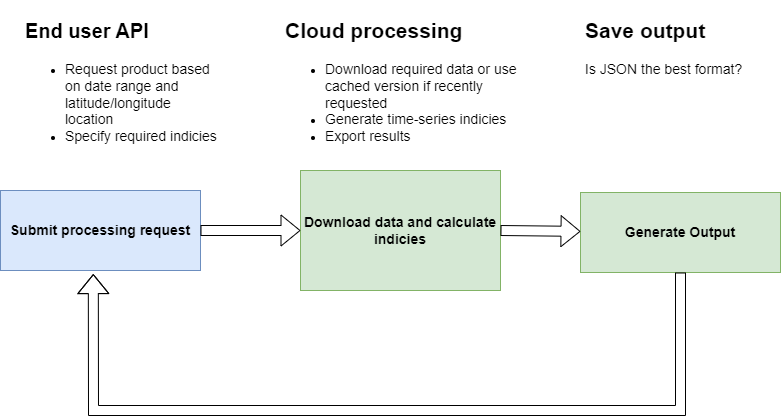
This is 2023-07_Pilot-ER/sections/images/Pixalytics-architecture.png from opengeospatial/climate-resilience-dwg, a draw.io export, as it was before one commit. Source tidied: cells renumbered, new cells last; positions are measured from the earlier drawing's top-left corner, leaving out a move shared by most shapes.
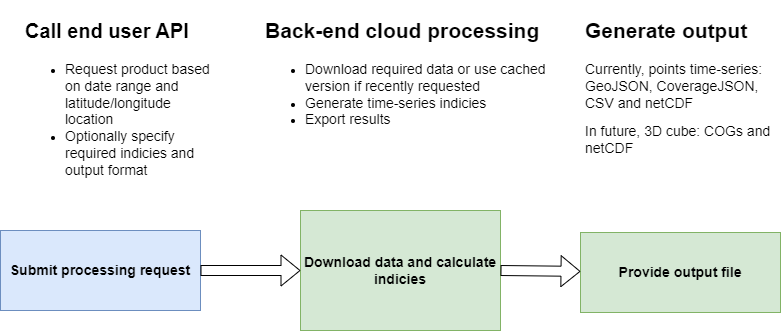
Above is the later version.

The edit, as a diff of the source:
```diff
@@ -2,19 +2,19 @@
   <root>
     <mxCell id="0" />
     <mxCell id="1" parent="0" />
-    <mxCell id="2" value="&lt;h1&gt;&lt;span style=&quot;font-size: 20px;&quot;&gt;End user API&lt;/span&gt;&lt;/h1&gt;&lt;div&gt;&lt;ul style=&quot;border-color: var(--border-color);&quot;&gt;&lt;li style=&quot;border-color: var(--border-color);&quot;&gt;&lt;font style=&quot;border-color: var(--border-color); font-size: 14px;&quot;&gt;Request product based on date range and latitude/longitude location&lt;/font&gt;&lt;/li&gt;&lt;li style=&quot;border-color: var(--border-color);&quot;&gt;&lt;span style=&quot;font-size: 14px;&quot;&gt;Specify required indicies&lt;/span&gt;&lt;/li&gt;&lt;/ul&gt;&lt;/div&gt;" style="text;html=1;strokeColor=none;fillColor=none;spacing=5;spacingTop=-20;whiteSpace=wrap;overflow=hidden;rounded=0;" parent="1" vertex="1">
-      <mxGeometry x="20" width="200" height="160" as="geometry" />
+    <mxCell id="2" value="&lt;h1&gt;&lt;span style=&quot;font-size: 20px;&quot;&gt;Call end user API&lt;/span&gt;&lt;/h1&gt;&lt;div&gt;&lt;ul style=&quot;border-color: var(--border-color);&quot;&gt;&lt;li style=&quot;border-color: var(--border-color);&quot;&gt;&lt;font style=&quot;border-color: var(--border-color); font-size: 14px;&quot;&gt;Request product based on date range and latitude/longitude location&lt;/font&gt;&lt;/li&gt;&lt;li style=&quot;border-color: var(--border-color);&quot;&gt;&lt;span style=&quot;font-size: 14px;&quot;&gt;Optionally specify required indicies and output format&lt;/span&gt;&lt;/li&gt;&lt;/ul&gt;&lt;/div&gt;" style="text;html=1;strokeColor=none;fillColor=none;spacing=5;spacingTop=-20;whiteSpace=wrap;overflow=hidden;rounded=0;" parent="1" vertex="1">
+      <mxGeometry x="20" y="-40" width="200" height="180" as="geometry" />
     </mxCell>
-    <mxCell id="3" value="&lt;h1&gt;&lt;font style=&quot;font-size: 21px&quot;&gt;Cloud processing&lt;/font&gt;&lt;br&gt;&lt;/h1&gt;&lt;p&gt;&lt;/p&gt;&lt;ul&gt;&lt;li&gt;&lt;font style=&quot;font-size: 14px;&quot;&gt;Download required data or use cached version if recently requested&lt;/font&gt;&lt;/li&gt;&lt;li&gt;&lt;font style=&quot;font-size: 14px;&quot;&gt;Generate time-series indicies&lt;/font&gt;&lt;/li&gt;&lt;li&gt;&lt;font style=&quot;font-size: 14px;&quot;&gt;Export results&lt;/font&gt;&lt;/li&gt;&lt;/ul&gt;&lt;p&gt;&lt;/p&gt;" style="text;html=1;strokeColor=none;fillColor=none;spacing=5;spacingTop=-20;whiteSpace=wrap;overflow=hidden;rounded=0;" parent="1" vertex="1">
-      <mxGeometry x="280" width="240" height="160" as="geometry" />
+    <mxCell id="3" value="&lt;h1&gt;&lt;font style=&quot;font-size: 21px&quot;&gt;Back-end cloud processing&lt;/font&gt;&lt;br&gt;&lt;/h1&gt;&lt;p&gt;&lt;/p&gt;&lt;ul&gt;&lt;li&gt;&lt;font style=&quot;font-size: 14px;&quot;&gt;Download required data or use cached version if recently requested&lt;/font&gt;&lt;/li&gt;&lt;li&gt;&lt;font style=&quot;font-size: 14px;&quot;&gt;Generate time-series indicies&lt;/font&gt;&lt;/li&gt;&lt;li&gt;&lt;font style=&quot;font-size: 14px;&quot;&gt;Export results&lt;/font&gt;&lt;/li&gt;&lt;/ul&gt;&lt;p&gt;&lt;/p&gt;" style="text;html=1;strokeColor=none;fillColor=none;spacing=5;spacingTop=-20;whiteSpace=wrap;overflow=hidden;rounded=0;" parent="1" vertex="1">
+      <mxGeometry x="260" y="-40" width="300" height="160" as="geometry" />
     </mxCell>
-    <mxCell id="4" value="&lt;h1&gt;&lt;font style=&quot;font-size: 21px&quot;&gt;Save output&lt;/font&gt;&lt;br&gt;&lt;/h1&gt;&lt;p&gt;&lt;font style=&quot;font-size: 14px;&quot;&gt;Is JSON the best format?&lt;/font&gt;&lt;/p&gt;" style="text;html=1;strokeColor=none;fillColor=none;spacing=5;spacingTop=-20;whiteSpace=wrap;overflow=hidden;rounded=0;" parent="1" vertex="1">
-      <mxGeometry x="580" width="200" height="120" as="geometry" />
+    <mxCell id="4" value="&lt;h1&gt;&lt;font style=&quot;font-size: 21px&quot;&gt;Generate output&lt;/font&gt;&lt;br&gt;&lt;/h1&gt;&lt;p&gt;&lt;font style=&quot;font-size: 14px;&quot;&gt;Currently, points time-series: GeoJSON, CoverageJSON, CSV and netCDF&lt;/font&gt;&lt;/p&gt;&lt;p&gt;&lt;span style=&quot;font-size: 14px;&quot;&gt;In future, 3D cube: COGs and netCDF&amp;nbsp;&lt;/span&gt;&lt;/p&gt;" style="text;html=1;strokeColor=none;fillColor=none;spacing=5;spacingTop=-20;whiteSpace=wrap;overflow=hidden;rounded=0;" parent="1" vertex="1">
+      <mxGeometry x="580" y="-40" width="200" height="150" as="geometry" />
     </mxCell>
     <mxCell id="5" value="&lt;div&gt;&lt;span style=&quot;font-size: 14px;&quot;&gt;&lt;b&gt;Download data and calculate indicies&lt;/b&gt;&lt;/span&gt;&lt;/div&gt;" style="rounded=0;whiteSpace=wrap;html=1;fillColor=#d5e8d4;strokeColor=#82b366;" parent="1" vertex="1">
       <mxGeometry x="300" y="160" width="200" height="120" as="geometry" />
     </mxCell>
-    <mxCell id="6" value="&lt;div&gt;&lt;span style=&quot;font-size: 14px;&quot;&gt;&lt;b&gt;Generate Output&lt;/b&gt;&lt;/span&gt;&lt;/div&gt;" style="rounded=0;whiteSpace=wrap;html=1;fillColor=#d5e8d4;strokeColor=#82b366;" parent="1" vertex="1">
+    <mxCell id="6" value="&lt;div&gt;&lt;span style=&quot;font-size: 14px;&quot;&gt;&lt;b&gt;Provide output file&lt;/b&gt;&lt;/span&gt;&lt;/div&gt;" style="rounded=0;whiteSpace=wrap;html=1;fillColor=#d5e8d4;strokeColor=#82b366;" parent="1" vertex="1">
       <mxGeometry x="580" y="182" width="200" height="80" as="geometry" />
     </mxCell>
     <mxCell id="7" value="&lt;div&gt;&lt;b&gt;&lt;font style=&quot;font-size: 14px&quot;&gt;Submit processing request&lt;/font&gt;&lt;/b&gt;&lt;/div&gt;" style="rounded=0;whiteSpace=wrap;html=1;fillColor=#dae8fc;strokeColor=#6c8ebf;" parent="1" vertex="1">
@@ -28,13 +28,5 @@
     <mxCell id="9" style="shape=flexArrow;endArrow=classic;html=1;rounded=0;exitX=1;exitY=0.5;exitDx=0;exitDy=0;" parent="1" edge="1" source="5" target="6">
       <mxGeometry relative="1" as="geometry" />
     </mxCell>
-    <mxCell id="10" style="shape=flexArrow;endArrow=classic;html=1;rounded=0;exitX=0.5;exitY=1;exitDx=0;exitDy=0;entryX=0.464;entryY=1.045;entryDx=0;entryDy=0;entryPerimeter=0;" parent="1" edge="1" source="6" target="7">
-      <mxGeometry relative="1" as="geometry">
-        <Array as="points">
-          <mxPoint x="680" y="400" />
-          <mxPoint x="93" y="400" />
-        </Array>
-      </mxGeometry>
-    </mxCell>
   </root>
 </mxGraphModel>
```
